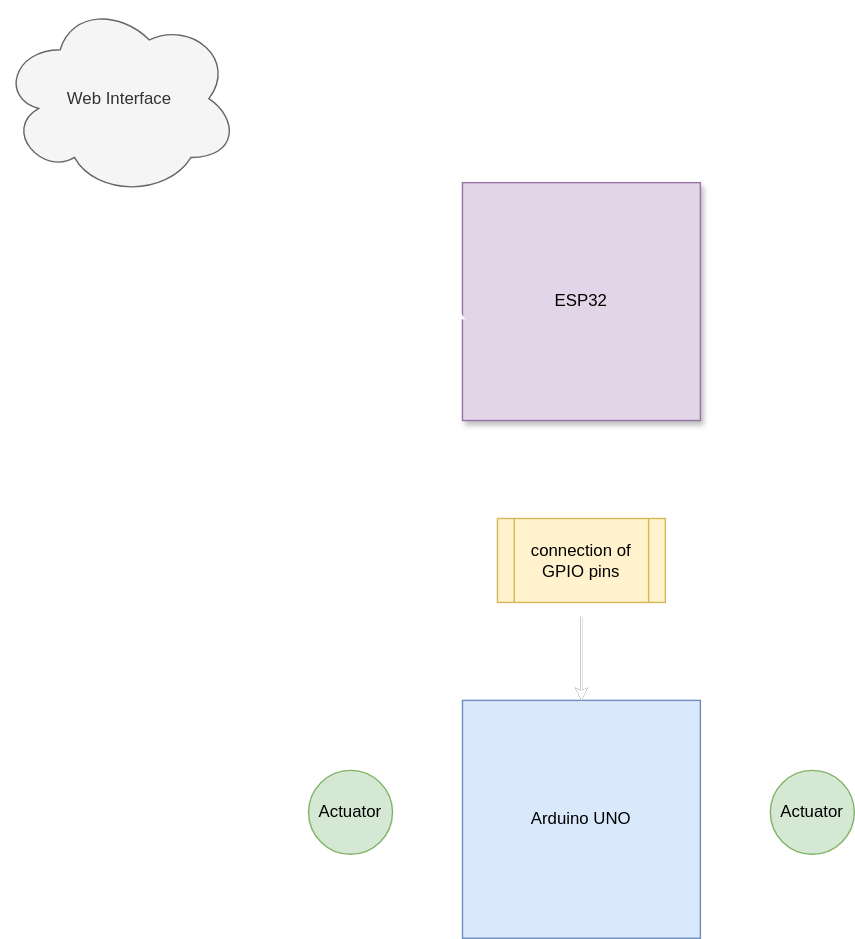
Darkops-cpu/Central_Control_System keeps this draw.io diagram as schematic.drawio.svg. Above is the earlier version. Source tidied: cells renumbered, new cells last; positions are measured from the earlier drawing's top-left corner, leaving out a move shared by most shapes.
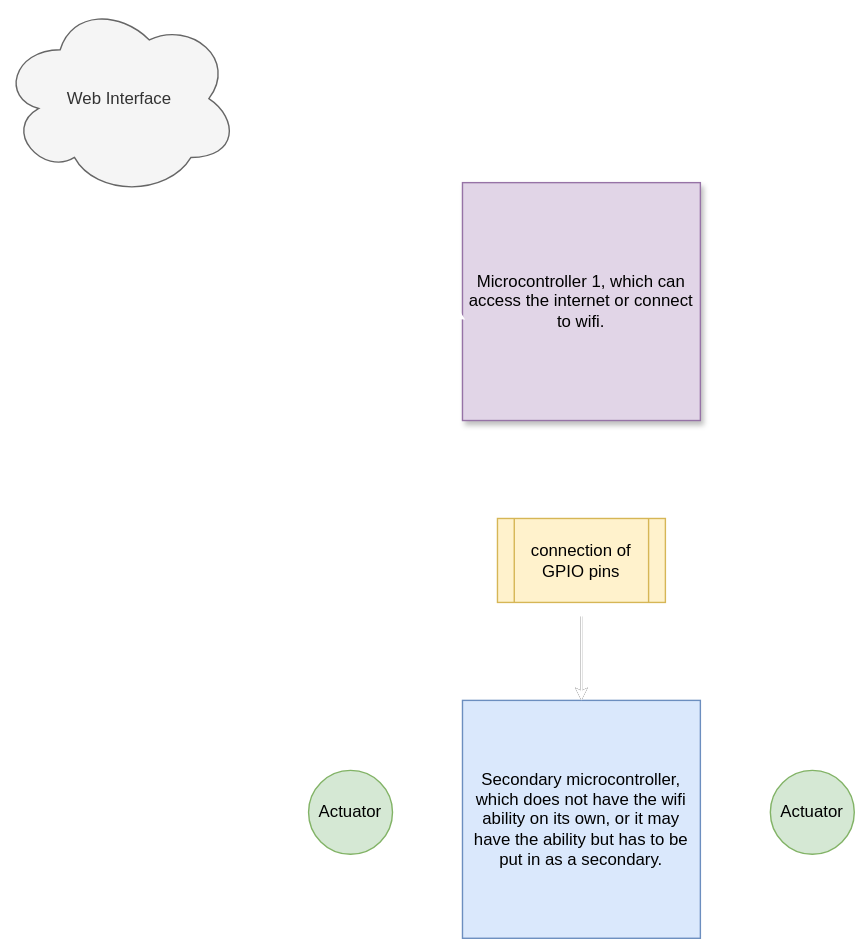
The same file after the commit.

Change to the diagram source:
```diff
@@ -8,7 +8,7 @@
     <mxCell id="3" style="edgeStyle=none;html=1;exitX=0.5;exitY=1;exitDx=0;exitDy=0;entryX=0.5;entryY=0;entryDx=0;entryDy=0;strokeColor=#FFFFFF;" parent="1" edge="1" source="4" target="10">
       <mxGeometry relative="1" as="geometry" />
     </mxCell>
-    <mxCell id="4" value="ESP32" style="whiteSpace=wrap;html=1;rounded=0;shadow=1;fillColor=#e1d5e7;strokeColor=#9673a6;" parent="1" vertex="1">
+    <mxCell id="4" value="Microcontroller 1, which can access the internet or connect to wifi." style="whiteSpace=wrap;html=1;rounded=0;shadow=1;fillColor=#e1d5e7;strokeColor=#9673a6;" parent="1" vertex="1">
       <mxGeometry x="330" y="130" width="170" height="170" as="geometry" />
     </mxCell>
     <mxCell id="5" style="edgeStyle=none;html=1;exitX=0.5;exitY=1;exitDx=0;exitDy=0;entryX=0.5;entryY=0;entryDx=0;entryDy=0;" parent="1" edge="1" target="8">
@@ -22,7 +22,7 @@
     <mxCell id="7" style="edgeStyle=none;html=1;entryX=0;entryY=0.5;entryDx=0;entryDy=0;strokeColor=#FFFFFF;" parent="1" edge="1" source="8" target="11">
       <mxGeometry relative="1" as="geometry" />
     </mxCell>
-    <mxCell id="8" value="Arduino UNO" style="whiteSpace=wrap;html=1;fillColor=#dae8fc;strokeColor=#6c8ebf;" parent="1" vertex="1">
+    <mxCell id="8" value="Secondary microcontroller, which does not have the wifi ability on its own, or it may have the ability but has to be put in as a secondary." style="whiteSpace=wrap;html=1;fillColor=#dae8fc;strokeColor=#6c8ebf;" parent="1" vertex="1">
       <mxGeometry x="330" y="500" width="170" height="170" as="geometry" />
     </mxCell>
     <mxCell id="9" style="edgeStyle=none;html=1;exitX=0.5;exitY=1;exitDx=0;exitDy=0;entryX=0.5;entryY=0;entryDx=0;entryDy=0;strokeColor=#FFFFFF;" parent="1" edge="1" source="10" target="8">
```
